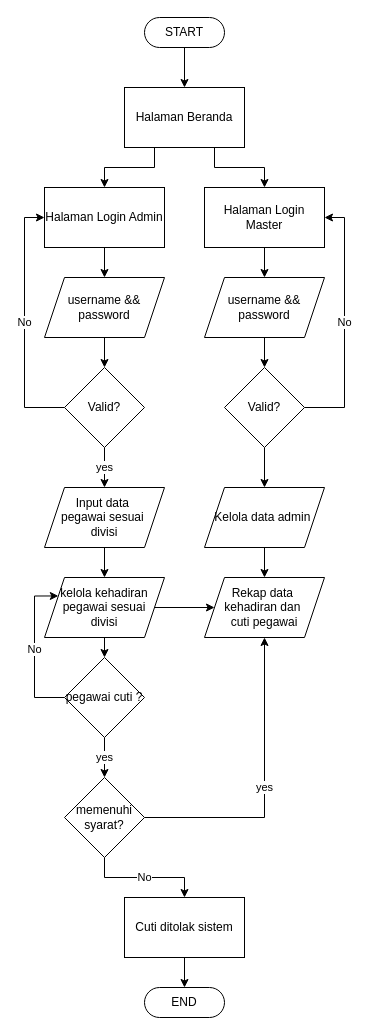
Earlier version of the draw.io diagram planning/Untitled Diagram.drawio (dzikfr/aplikasi-absensi-baharkam-2024). Source tidied: cells renumbered, new cells numbered last; positions are measured from the earlier drawing's top-left corner, leaving out a move shared by most shapes. Both pictures are drawn from the tidied source at 100%, with x=0, y=0 at pixel (34, 17).
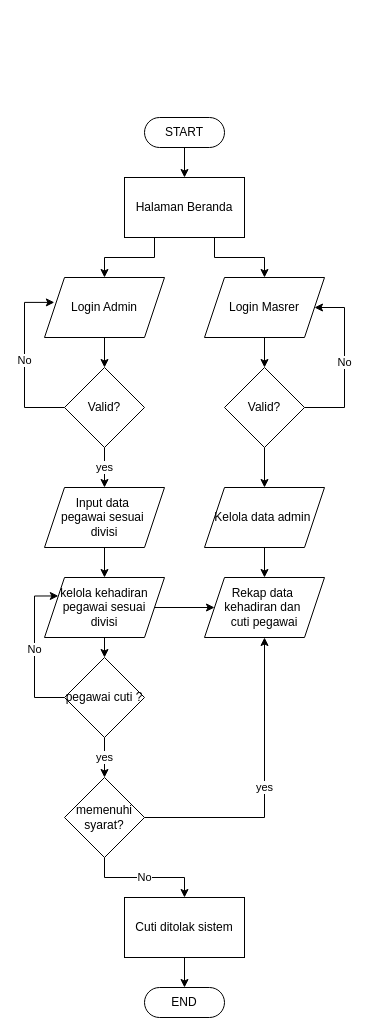
Above is the later version.

The change refers to these unchanged cells:
```xml
<mxCell id="15" value="Valid?" style="rhombus;whiteSpace=wrap;html=1;" parent="1" vertex="1">
  <mxGeometry x="30" y="350" width="80" height="80" as="geometry" />
</mxCell>
<mxCell id="22" value="Valid?" style="rhombus;whiteSpace=wrap;html=1;" parent="1" vertex="1">
  <mxGeometry x="190" y="350" width="80" height="80" as="geometry" />
</mxCell>
```

Change to the diagram source:
```diff
@@
     <mxCell id="3" value="START" style="html=1;dashed=0;whiteSpace=wrap;shape=mxgraph.dfd.start;" parent="1" vertex="1">
-      <mxGeometry x="110" width="80" height="30" as="geometry" />
+      <mxGeometry x="110" y="100" width="80" height="30" as="geometry" />
     </mxCell>
-    <mxCell id="4" style="edgeStyle=orthogonalEdgeStyle;rounded=0;jettySize=auto;html=1;exitX=0.75;exitY=1;exitDx=0;exitDy=0;entryX=0.5;entryY=0;entryDx=0;entryDy=0;" parent="1" edge="1" source="6" target="10">
-      <mxGeometry relative="1" as="geometry" />
-    </mxCell>
-    <mxCell id="5" style="edgeStyle=orthogonalEdgeStyle;rounded=0;jettySize=auto;html=1;exitX=0.25;exitY=1;exitDx=0;exitDy=0;entryX=0.5;entryY=0;entryDx=0;entryDy=0;" parent="1" edge="1" source="6" target="17">
-      <mxGeometry relative="1" as="geometry" />
-    </mxCell>
+    <mxCell id="38" style="edgeStyle=orthogonalEdgeStyle;rounded=0;jettySize=auto;html=1;exitX=0.25;exitY=1;exitDx=0;exitDy=0;entryX=0.5;entryY=0;entryDx=0;entryDy=0;" parent="1" edge="1" source="6" target="19">
+      <mxGeometry relative="1" as="geometry" />
+    </mxCell>
+    <mxCell id="39" style="edgeStyle=orthogonalEdgeStyle;rounded=0;jettySize=auto;html=1;exitX=0.75;exitY=1;exitDx=0;exitDy=0;entryX=0.5;entryY=0;entryDx=0;entryDy=0;" parent="1" edge="1" source="6" target="12">
+      <mxGeometry relative="1" as="geometry" />
+    </mxCell>
     <mxCell id="6" value="Halaman Beranda" style="rounded=0;whiteSpace=wrap;html=1;" parent="1" vertex="1">
-      <mxGeometry x="90" y="70" width="120" height="60" as="geometry" />
+      <mxGeometry x="90" y="160" width="120" height="60" as="geometry" />
     </mxCell>
@@
-    <mxCell id="9" style="edgeStyle=orthogonalEdgeStyle;rounded=0;jettySize=auto;html=1;exitX=0.5;exitY=1;exitDx=0;exitDy=0;entryX=0.5;entryY=0;entryDx=0;entryDy=0;" parent="1" edge="1" source="10" target="12">
-      <mxGeometry relative="1" as="geometry" />
-    </mxCell>
-    <mxCell id="10" value="Halaman Login Master" style="rounded=0;whiteSpace=wrap;html=1;" parent="1" vertex="1">
-      <mxGeometry x="170" y="170" width="120" height="60" as="geometry" />
-    </mxCell>
@@
-    <mxCell id="12" value="username &amp;amp;&amp;amp;&lt;div&gt;password&lt;/div&gt;" style="shape=parallelogram;perimeter=parallelogramPerimeter;whiteSpace=wrap;html=1;fixedSize=1;" parent="1" vertex="1">
+    <mxCell id="12" value="Login Masrer" style="shape=parallelogram;perimeter=parallelogramPerimeter;whiteSpace=wrap;html=1;fixedSize=1;" parent="1" vertex="1">
       <mxGeometry x="170" y="260" width="120" height="60" as="geometry" />
     </mxCell>
-    <mxCell id="13" value="No" style="edgeStyle=orthogonalEdgeStyle;rounded=0;jettySize=auto;html=1;exitX=0;exitY=0.5;exitDx=0;exitDy=0;entryX=0;entryY=0.5;entryDx=0;entryDy=0;" parent="1" edge="1" source="15" target="17">
-      <mxGeometry relative="1" as="geometry" />
+    <mxCell id="13" value="No" style="edgeStyle=orthogonalEdgeStyle;rounded=0;jettySize=auto;html=1;exitX=0;exitY=0.5;exitDx=0;exitDy=0;entryX=0.082;entryY=0.415;entryDx=0;entryDy=0;entryPerimeter=0;" parent="1" edge="1" source="15" target="19">
+      <mxGeometry relative="1" as="geometry">
+        <Array as="points">
+          <mxPoint x="-10" y="390" />
+          <mxPoint x="-10" y="285" />
+        </Array>
+      </mxGeometry>
     </mxCell>
@@
-    <mxCell id="16" style="edgeStyle=orthogonalEdgeStyle;rounded=0;jettySize=auto;html=1;exitX=0.5;exitY=1;exitDx=0;exitDy=0;entryX=0.5;entryY=0;entryDx=0;entryDy=0;" parent="1" edge="1" source="17" target="19">
-      <mxGeometry relative="1" as="geometry" />
-    </mxCell>
-    <mxCell id="17" value="Halaman Login Admin" style="rounded=0;whiteSpace=wrap;html=1;" parent="1" vertex="1">
-      <mxGeometry x="10" y="170" width="120" height="60" as="geometry" />
-    </mxCell>
@@
-    <mxCell id="19" value="username &amp;amp;&amp;amp;&lt;div&gt;password&lt;/div&gt;" style="shape=parallelogram;perimeter=parallelogramPerimeter;whiteSpace=wrap;html=1;fixedSize=1;" parent="1" vertex="1">
+    <mxCell id="19" value="Login Admin" style="shape=parallelogram;perimeter=parallelogramPerimeter;whiteSpace=wrap;html=1;fixedSize=1;" parent="1" vertex="1">
       <mxGeometry x="10" y="260" width="120" height="60" as="geometry" />
     </mxCell>
-    <mxCell id="20" value="No" style="edgeStyle=orthogonalEdgeStyle;rounded=0;jettySize=auto;html=1;exitX=1;exitY=0.5;exitDx=0;exitDy=0;entryX=1;entryY=0.5;entryDx=0;entryDy=0;" parent="1" edge="1" source="22" target="10">
+    <mxCell id="20" value="No" style="edgeStyle=orthogonalEdgeStyle;rounded=0;jettySize=auto;html=1;exitX=1;exitY=0.5;exitDx=0;exitDy=0;entryX=1;entryY=0.5;entryDx=0;entryDy=0;" parent="1" edge="1" source="22" target="12">
       <mxGeometry relative="1" as="geometry">
         <Array as="points">
           <mxPoint x="310" y="390" />
-          <mxPoint x="310" y="200" />
+          <mxPoint x="310" y="290" />
         </Array>
       </mxGeometry>
     </mxCell>
```
